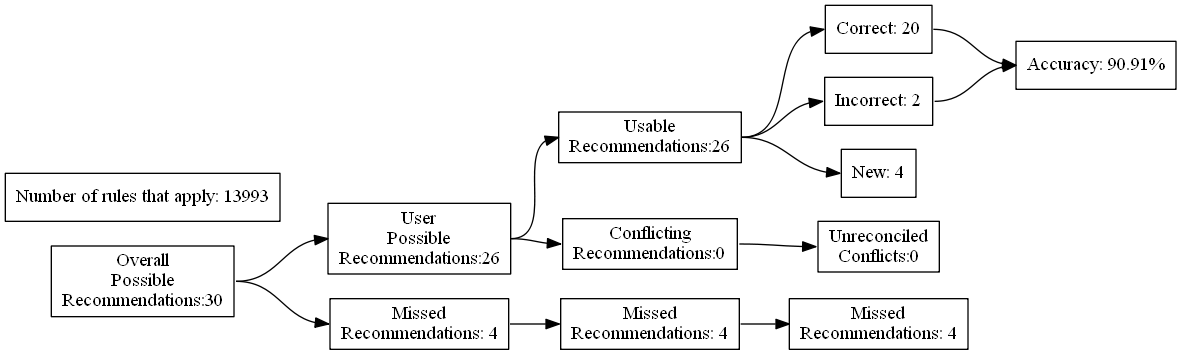
Before: test_renders/23.gv.png, a diagram exported from Graphviz (ZaxR/ibd_diet_analysis). Its source is kept beside it as test_renders/23.gv. Source of this version:
```dot
digraph {
	graph [rankdir=LR]
	node [pos=r shape=box]
	edge [headport=w tailport=e]
		A [label="Overall
Possible
Recommendations:30"]
		B [label="User
Possible
Recommendations:26"]
		C [label="Missed
Recommendations: 4"]
		D [label="Usable
Recommendations:26"]
		E [label="Conflicting
Recommendations:0"]
		J [label="Missed
Recommendations: 4"]
		M [label="Unreconciled
Conflicts:0"]
		F [label="Correct: 20"]
		G [label="Incorrect: 2"]
		H [label="New: 4"]
		K [label="Missed
Recommendations: 4"]
		I [label="Accuracy: 90.91%"]
		l [label="Number of rules that apply: 13993"]
			A -> B
			A -> C
			B -> D
			B -> E
			D -> F
			D -> G
			D -> H
			F -> I
			G -> I
			C -> J
			J -> K
			E -> M
}
```
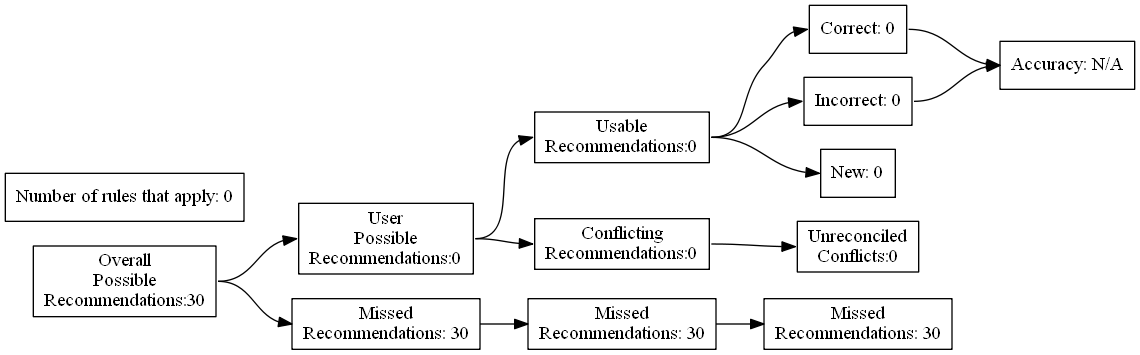
After the commit.

What changed in the source:
```diff
@@ -7,24 +7,24 @@
 Recommendations:30"]
 		B [label="User
 Possible
-Recommendations:26"]
+Recommendations:0"]
 		C [label="Missed
-Recommendations: 4"]
+Recommendations: 30"]
 		D [label="Usable
-Recommendations:26"]
+Recommendations:0"]
 		E [label="Conflicting
 Recommendations:0"]
 		J [label="Missed
-Recommendations: 4"]
+Recommendations: 30"]
 		M [label="Unreconciled
 Conflicts:0"]
-		F [label="Correct: 20"]
-		G [label="Incorrect: 2"]
-		H [label="New: 4"]
+		F [label="Correct: 0"]
+		G [label="Incorrect: 0"]
+		H [label="New: 0"]
 		K [label="Missed
-Recommendations: 4"]
-		I [label="Accuracy: 90.91%"]
-		l [label="Number of rules that apply: 13993"]
+Recommendations: 30"]
+		I [label="Accuracy: N/A"]
+		l [label="Number of rules that apply: 0"]
 			A -> B
 			A -> C
 			B -> D
```
